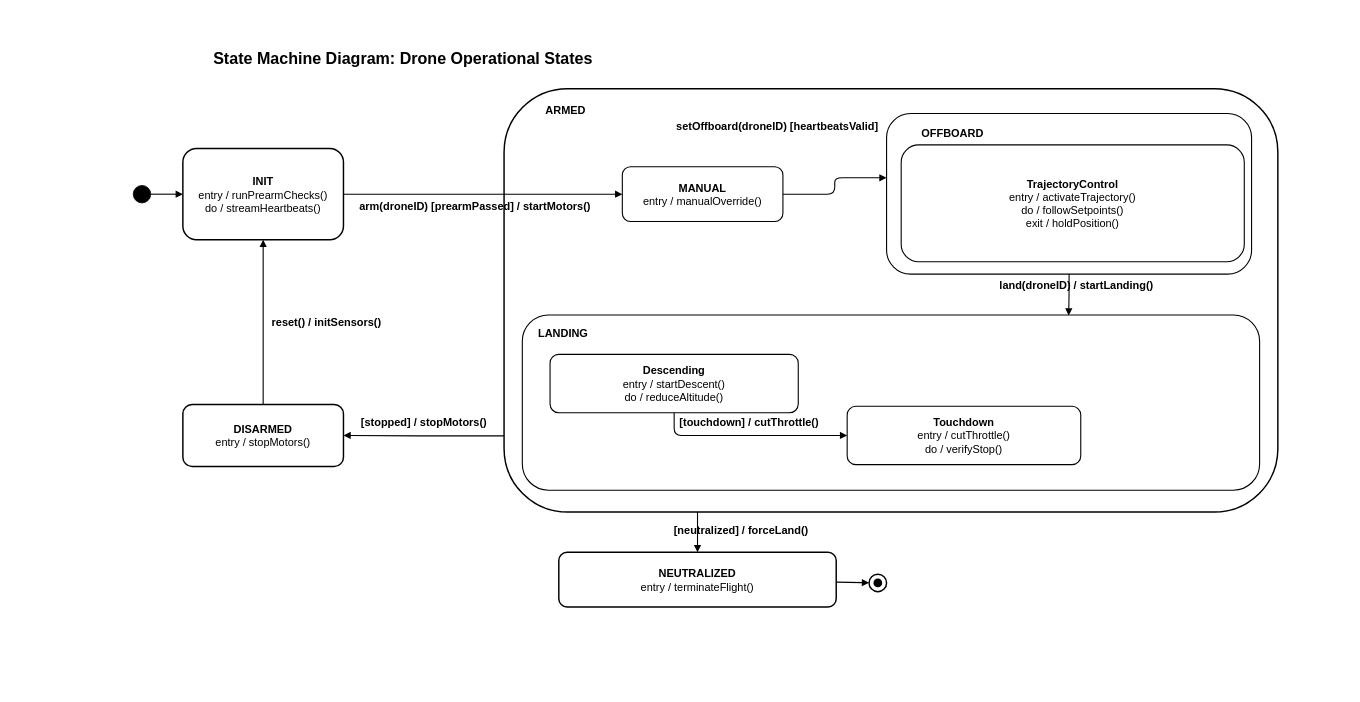
Before: 18_state_drone.drawio in sjd-1214/diagrams, a draw.io diagram. Source tidied: cells renumbered, new cells numbered last; positions are measured from the earlier drawing's top-left corner, leaving out a move shared by most shapes. Both pictures are drawn from the tidied source at 73%, with x=0, y=0 at pixel (133, 45).
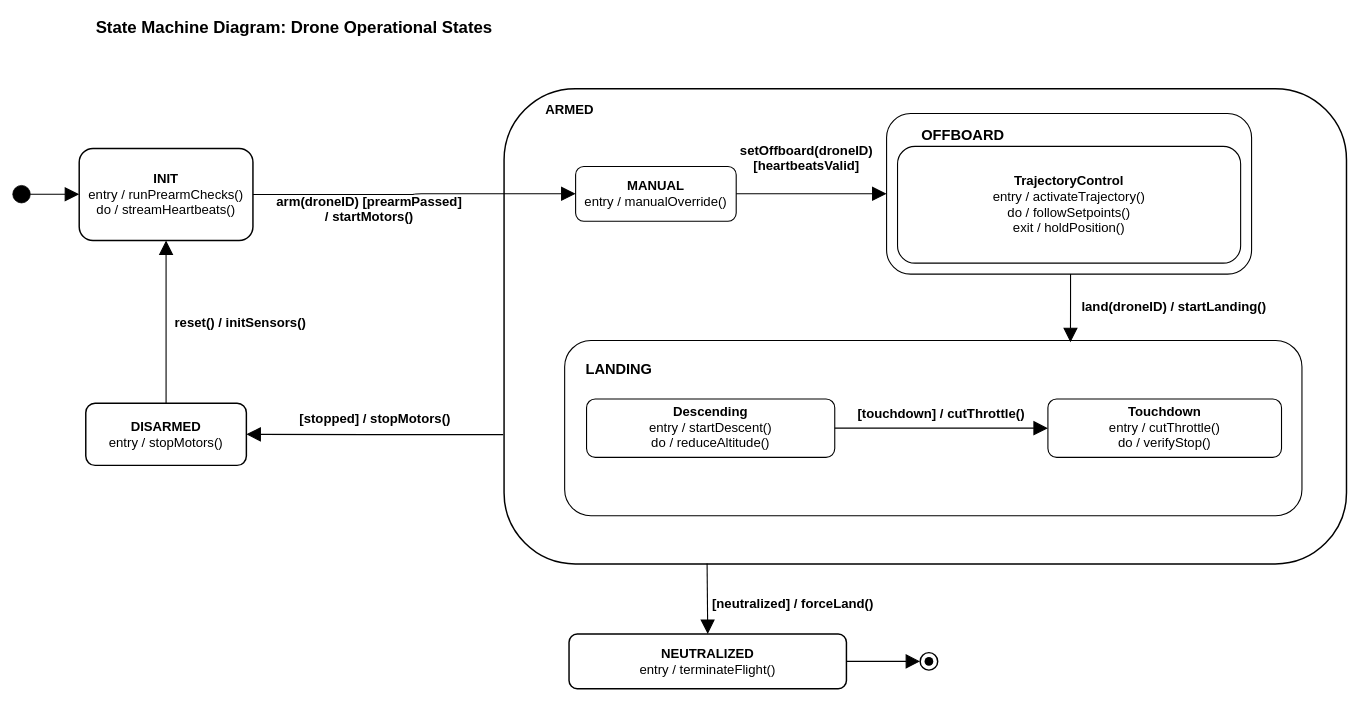
After the change.

What changed in the source:
```diff
@@
     <mxCell id="2" style="rounded=1;whiteSpace=wrap;html=1;fillColor=none;strokeColor=#000000;strokeWidth=2;align=left;spacingLeft=15;verticalAlign=top;spacingTop=10;fontSize=15;fontFamily=Helvetica;fontColor=#000000;" parent="1" vertex="1">
-      <mxGeometry x="508" y="60" width="1060" height="580" as="geometry" />
+      <mxGeometry x="508" y="60" width="1154" height="651" as="geometry" />
     </mxCell>
-    <mxCell id="3" value="&lt;b&gt;State Machine Diagram: Drone Operational States&lt;/b&gt;" style="text;html=1;fontFamily=Helvetica;fontColor=#000000;fontSize=22;fontStyle=1;fillColor=none;" parent="1" vertex="1">
-      <mxGeometry x="108" width="1100" height="35" as="geometry" />
+    <mxCell id="3" value="&lt;b&gt;&lt;font style=&quot;font-size: 23px;&quot;&gt;State Machine Diagram: Drone Operational States&lt;/font&gt;&lt;/b&gt;" style="text;html=1;fontFamily=Helvetica;fontColor=#000000;fontSize=18;fontStyle=1;fillColor=none;" parent="1" vertex="1">
+      <mxGeometry x="-53" y="-44" width="1100" height="35" as="geometry" />
     </mxCell>
-    <mxCell id="4" style="ellipse;fillColor=#000000;strokeColor=#000000;" parent="1" vertex="1">
-      <mxGeometry y="192.5" width="24" height="24" as="geometry" />
+    <mxCell id="4" style="ellipse;fillColor=#000000;strokeColor=#000000;fontSize=18;" parent="1" vertex="1">
+      <mxGeometry x="-165" y="192.5" width="24" height="24" as="geometry" />
     </mxCell>
-    <mxCell id="5" value="&lt;b&gt;INIT&lt;/b&gt;&lt;br&gt;entry / runPrearmChecks()&lt;br&gt;do / streamHeartbeats()" style="rounded=1;whiteSpace=wrap;html=1;fillColor=none;strokeColor=#000000;strokeWidth=2;fontSize=15;fontFamily=Helvetica;fontColor=#000000;align=center;" parent="1" vertex="1">
-      <mxGeometry x="68" y="142" width="220" height="125" as="geometry" />
+    <mxCell id="5" value="&lt;b&gt;INIT&lt;/b&gt;&lt;br&gt;entry / runPrearmChecks()&lt;br&gt;do / streamHeartbeats()" style="rounded=1;whiteSpace=wrap;html=1;fillColor=none;strokeColor=#000000;strokeWidth=2;fontSize=18;fontFamily=Helvetica;fontColor=#000000;align=center;" parent="1" vertex="1">
+      <mxGeometry x="-74" y="142" width="238" height="126" as="geometry" />
     </mxCell>
-    <mxCell id="6" value="&lt;b&gt;ARMED&lt;/b&gt;" style="text;html=1;fontSize=15;fontFamily=Helvetica;fontStyle=1;fontColor=#000000;align=left;verticalAlign=middle;fillColor=none;" parent="1" vertex="1">
+    <mxCell id="6" value="&lt;b&gt;ARMED&lt;/b&gt;" style="text;html=1;fontSize=18;fontFamily=Helvetica;fontStyle=1;fontColor=#000000;align=left;verticalAlign=middle;fillColor=none;" parent="1" vertex="1">
       <mxGeometry x="563" y="75" width="120" height="28" as="geometry" />
     </mxCell>
-    <mxCell id="7" value="&lt;b&gt;MANUAL&lt;/b&gt;&lt;br&gt;entry / manualOverride()" style="rounded=1;whiteSpace=wrap;html=1;fillColor=none;strokeColor=#000000;strokeWidth=1.5;fontSize=15;fontFamily=Helvetica;fontColor=#000000;align=center;" parent="1" vertex="1">
-      <mxGeometry x="670" y="167" width="220" height="75" as="geometry" />
+    <mxCell id="7" value="&lt;b&gt;MANUAL&lt;/b&gt;&lt;br&gt;entry / manualOverride()" style="rounded=1;whiteSpace=wrap;html=1;fillColor=none;strokeColor=#000000;strokeWidth=1.5;fontSize=18;fontFamily=Helvetica;fontColor=#000000;align=center;" parent="1" vertex="1">
+      <mxGeometry x="606" y="166.5" width="220" height="75" as="geometry" />
     </mxCell>
-    <mxCell id="8" style="rounded=1;whiteSpace=wrap;html=1;fillColor=none;strokeColor=#000000;strokeWidth=1.5;" parent="1" vertex="1">
+    <mxCell id="8" style="rounded=1;whiteSpace=wrap;html=1;fillColor=none;strokeColor=#000000;strokeWidth=1.5;fontSize=18;" parent="1" vertex="1">
       <mxGeometry x="1032" y="94" width="500" height="220" as="geometry" />
     </mxCell>
-    <mxCell id="9" value="&lt;b&gt;OFFBOARD&lt;/b&gt;" style="text;html=1;fontSize=15;fontFamily=Helvetica;fontColor=#000000;fillColor=none;" parent="1" vertex="1">
+    <mxCell id="9" value="&lt;b&gt;&lt;font style=&quot;font-size: 20px;&quot;&gt;OFFBOARD&lt;/font&gt;&lt;/b&gt;" style="text;html=1;fontSize=18;fontFamily=Helvetica;fontColor=#000000;fillColor=none;" parent="1" vertex="1">
       <mxGeometry x="1078" y="105" width="180" height="25" as="geometry" />
     </mxCell>
-    <mxCell id="10" value="&lt;b&gt;TrajectoryControl&lt;/b&gt;&lt;br&gt;entry / activateTrajectory()&lt;br&gt;do / followSetpoints()&lt;br&gt;exit / holdPosition()" style="rounded=1;whiteSpace=wrap;html=1;fillColor=none;strokeColor=#000000;strokeWidth=1.5;fontSize=15;fontFamily=Helvetica;fontColor=#000000;align=center;" parent="1" vertex="1">
-      <mxGeometry x="1052" y="137" width="470" height="160" as="geometry" />
+    <mxCell id="10" value="&lt;b&gt;TrajectoryControl&lt;/b&gt;&lt;br&gt;entry / activateTrajectory()&lt;br&gt;do / followSetpoints()&lt;br&gt;exit / holdPosition()" style="rounded=1;whiteSpace=wrap;html=1;fillColor=none;strokeColor=#000000;strokeWidth=1.5;fontSize=18;fontFamily=Helvetica;fontColor=#000000;align=center;" parent="1" vertex="1">
+      <mxGeometry x="1047" y="139" width="470" height="160" as="geometry" />
     </mxCell>
-    <mxCell id="11" style="rounded=1;whiteSpace=wrap;html=1;fillColor=none;strokeColor=#000000;strokeWidth=1.5;" parent="1" vertex="1">
-      <mxGeometry x="533" y="370" width="1010" height="240" as="geometry" />
+    <mxCell id="11" style="rounded=1;whiteSpace=wrap;html=1;fillColor=none;strokeColor=#000000;strokeWidth=1.5;fontSize=18;" parent="1" vertex="1">
+      <mxGeometry x="591" y="405" width="1010" height="240" as="geometry" />
     </mxCell>
-    <mxCell id="12" value="&lt;b&gt;LANDING&lt;/b&gt;" style="text;html=1;fontSize=15;fontFamily=Helvetica;fontColor=#000000;fillColor=none;" parent="1" vertex="1">
-      <mxGeometry x="553" y="380" width="180" height="25" as="geometry" />
+    <mxCell id="12" value="&lt;b&gt;&lt;font style=&quot;font-size: 20px;&quot;&gt;LANDING&lt;/font&gt;&lt;/b&gt;" style="text;html=1;fontSize=18;fontFamily=Helvetica;fontColor=#000000;fillColor=none;" parent="1" vertex="1">
+      <mxGeometry x="618" y="425" width="180" height="25" as="geometry" />
     </mxCell>
-    <mxCell id="13" value="&lt;b&gt;Descending&lt;/b&gt;&lt;br&gt;entry / startDescent()&lt;br&gt;do / reduceAltitude()" style="rounded=1;whiteSpace=wrap;html=1;fillColor=none;strokeColor=#000000;strokeWidth=1.5;fontSize=15;fontFamily=Helvetica;fontColor=#000000;align=center;" parent="1" vertex="1">
-      <mxGeometry x="571" y="424" width="340" height="80" as="geometry" />
+    <mxCell id="13" value="&lt;b&gt;Descending&lt;/b&gt;&lt;br&gt;entry / startDescent()&lt;br&gt;do / reduceAltitude()" style="rounded=1;whiteSpace=wrap;html=1;fillColor=none;strokeColor=#000000;strokeWidth=1.5;fontSize=18;fontFamily=Helvetica;fontColor=#000000;align=center;" parent="1" vertex="1">
+      <mxGeometry x="621" y="485" width="340" height="80" as="geometry" />
     </mxCell>
-    <mxCell id="14" value="&lt;b&gt;Touchdown&lt;/b&gt;&lt;br&gt;entry / cutThrottle()&lt;br&gt;do / verifyStop()" style="rounded=1;whiteSpace=wrap;html=1;fillColor=none;strokeColor=#000000;strokeWidth=1.5;fontSize=15;fontFamily=Helvetica;fontColor=#000000;align=center;" parent="1" vertex="1">
-      <mxGeometry x="978" y="495" width="320" height="80" as="geometry" />
+    <mxCell id="14" value="&lt;b&gt;Touchdown&lt;/b&gt;&lt;br&gt;entry / cutThrottle()&lt;br&gt;do / verifyStop()" style="rounded=1;whiteSpace=wrap;html=1;fillColor=none;strokeColor=#000000;strokeWidth=1.5;fontSize=18;fontFamily=Helvetica;fontColor=#000000;align=center;" parent="1" vertex="1">
+      <mxGeometry x="1253" y="485" width="320" height="80" as="geometry" />
     </mxCell>
-    <mxCell id="15" value="&lt;b&gt;DISARMED&lt;/b&gt;&lt;br&gt;entry / stopMotors()" style="rounded=1;whiteSpace=wrap;html=1;fillColor=none;strokeColor=#000000;strokeWidth=2;fontSize=15;fontFamily=Helvetica;fontColor=#000000;align=center;" parent="1" vertex="1">
-      <mxGeometry x="68" y="492.5" width="220" height="85" as="geometry" />
+    <mxCell id="15" value="&lt;b&gt;DISARMED&lt;/b&gt;&lt;br&gt;entry / stopMotors()" style="rounded=1;whiteSpace=wrap;html=1;fillColor=none;strokeColor=#000000;strokeWidth=2;fontSize=18;fontFamily=Helvetica;fontColor=#000000;align=center;" parent="1" vertex="1">
+      <mxGeometry x="-65" y="491" width="220" height="85" as="geometry" />
     </mxCell>
-    <mxCell id="16" value="&lt;b&gt;NEUTRALIZED&lt;/b&gt;&lt;br&gt;entry / terminateFlight()" style="rounded=1;whiteSpace=wrap;html=1;fillColor=none;strokeColor=#000000;strokeWidth=2;fontSize=15;fontFamily=Helvetica;fontColor=#000000;align=center;" parent="1" vertex="1">
-      <mxGeometry x="583" y="695" width="380" height="75" as="geometry" />
+    <mxCell id="16" value="&lt;b&gt;NEUTRALIZED&lt;/b&gt;&lt;br&gt;entry / terminateFlight()" style="rounded=1;whiteSpace=wrap;html=1;fillColor=none;strokeColor=#000000;strokeWidth=2;fontSize=18;fontFamily=Helvetica;fontColor=#000000;align=center;" parent="1" vertex="1">
+      <mxGeometry x="597" y="807" width="380" height="75" as="geometry" />
     </mxCell>
-    <mxCell id="17" style="shape=ellipse;strokeWidth=2;fillColor=none;strokeColor=#000000;" parent="1" vertex="1">
-      <mxGeometry x="1008" y="725" width="24" height="24" as="geometry" />
+    <mxCell id="17" style="shape=ellipse;strokeWidth=2;fillColor=none;strokeColor=#000000;fontSize=18;" parent="1" vertex="1">
+      <mxGeometry x="1078" y="832.5" width="24" height="24" as="geometry" />
     </mxCell>
-    <mxCell id="18" style="shape=ellipse;fillColor=#000000;strokeColor=none;" parent="1" vertex="1">
-      <mxGeometry x="1014" y="731" width="12" height="12" as="geometry" />
+    <mxCell id="18" style="shape=ellipse;fillColor=#000000;strokeColor=none;fontSize=18;" parent="1" vertex="1">
+      <mxGeometry x="1084" y="838.5" width="12" height="12" as="geometry" />
     </mxCell>
-    <mxCell id="19" style="endArrow=block;strokeColor=#000000;strokeWidth=1.5;labelBackgroundColor=none;" parent="1" edge="1" source="4" target="5">
+    <mxCell id="19" style="endArrow=block;strokeColor=#000000;strokeWidth=1.5;labelBackgroundColor=none;fontSize=18;endSize=16;" parent="1" edge="1" source="4" target="5">
       <mxGeometry relative="1" as="geometry" />
     </mxCell>
-    <mxCell id="20" value="arm(droneID) [prearmPassed] / startMotors()" style="edgeStyle=orthogonalEdgeStyle;rounded=1;html=1;endArrow=block;strokeColor=#000000;fontSize=15;fontFamily=Helvetica;fontColor=#000000;strokeWidth=1.5;exitX=1;exitY=0.5;entryX=0;entryY=0.5;verticalAlign=bottom;labelBackgroundColor=none;spacingBottom=8;spacingLeft=10;spacingRight=10;fontStyle=1;" parent="1" edge="1" source="5" target="7">
-      <mxGeometry x="-0.06" y="-34" relative="1" as="geometry">
-        <mxPoint y="1" as="offset" />
-      </mxGeometry>
+    <mxCell id="20" value="arm(droneID) [prearmPassed] &lt;br&gt;/ startMotors()" style="edgeStyle=orthogonalEdgeStyle;rounded=1;html=1;endArrow=block;strokeColor=#000000;fontSize=18;fontFamily=Helvetica;fontColor=#000000;strokeWidth=1.5;exitX=1;exitY=0.5;entryX=0;entryY=0.5;verticalAlign=bottom;labelBackgroundColor=none;spacingBottom=8;spacingLeft=10;spacingRight=10;fontStyle=1;endSize=16;" parent="1" edge="1" source="5" target="7">
+      <mxGeometry x="-0.28" y="-53" relative="1" as="geometry" />
     </mxCell>
-    <mxCell id="21" value="setOffboard(droneID) [heartbeatsValid]" style="edgeStyle=orthogonalEdgeStyle;rounded=1;html=1;endArrow=block;strokeColor=#000000;fontSize=15;fontFamily=Helvetica;fontColor=#000000;strokeWidth=1.5;exitX=1;exitY=0.5;entryX=0;entryY=0.4;verticalAlign=bottom;labelBackgroundColor=none;spacingBottom=8;spacingLeft=10;spacingRight=10;fontStyle=1;" parent="1" edge="1" source="7" target="8">
-      <mxGeometry x="-1" y="74" relative="1" as="geometry">
-        <mxPoint x="-8" as="offset" />
-      </mxGeometry>
+    <mxCell id="21" value="setOffboard(droneID) &lt;br&gt;[heartbeatsValid]" style="edgeStyle=orthogonalEdgeStyle;rounded=1;html=1;endArrow=block;strokeColor=#000000;fontSize=18;fontFamily=Helvetica;fontColor=#000000;strokeWidth=1.5;exitX=1;exitY=0.5;entryX=0;entryY=0.5;verticalAlign=bottom;labelBackgroundColor=none;spacingBottom=8;spacingLeft=10;spacingRight=10;fontStyle=1;entryDx=0;entryDy=0;endSize=16;" parent="1" edge="1" source="7" target="8">
+      <mxGeometry x="-0.07" y="16" relative="1" as="geometry" />
     </mxCell>
-    <mxCell id="22" value="land(droneID) / startLanding()" style="edgeStyle=orthogonalEdgeStyle;rounded=1;endArrow=block;strokeColor=#000000;strokeWidth=1.5;fontSize=15;fontFamily=Helvetica;fontColor=#000000;exitX=0.5;exitY=1;entryX=0.741;entryY=0.003;labelBackgroundColor=none;verticalAlign=bottom;spacingBottom=8;spacingLeft=10;spacingRight=10;fontStyle=1;entryDx=0;entryDy=0;entryPerimeter=0;" parent="1" edge="1" source="8" target="11">
-      <mxGeometry x="0.19" y="11" relative="1" as="geometry" />
+    <mxCell id="22" value="land(droneID) / startLanding()" style="edgeStyle=orthogonalEdgeStyle;rounded=1;endArrow=block;strokeColor=#000000;strokeWidth=1.5;fontSize=18;fontFamily=Helvetica;fontColor=#000000;exitX=0.504;exitY=1;entryX=0.686;entryY=0.01;labelBackgroundColor=none;verticalAlign=bottom;spacingBottom=8;spacingLeft=10;spacingRight=10;fontStyle=1;entryDx=0;entryDy=0;entryPerimeter=0;exitDx=0;exitDy=0;exitPerimeter=0;endSize=16;" parent="1" edge="1" source="8" target="11">
+      <mxGeometry x="0.36" y="142" relative="1" as="geometry" />
     </mxCell>
-    <mxCell id="23" value="[touchdown] / cutThrottle()" style="edgeStyle=orthogonalEdgeStyle;rounded=1;endArrow=block;strokeColor=#000000;strokeWidth=1.5;fontSize=15;fontFamily=Helvetica;fontColor=#000000;exitX=0.5;exitY=1;entryX=0;entryY=0.5;labelBackgroundColor=none;verticalAlign=bottom;spacingBottom=8;spacingLeft=10;spacingRight=10;fontStyle=1;" parent="1" edge="1" source="13" target="14">
+    <mxCell id="23" value="[touchdown] / cutThrottle()" style="edgeStyle=orthogonalEdgeStyle;rounded=1;endArrow=block;strokeColor=#000000;strokeWidth=1.5;fontSize=18;fontFamily=Helvetica;fontColor=#000000;exitX=1;exitY=0.5;entryX=0;entryY=0.5;labelBackgroundColor=none;verticalAlign=bottom;spacingBottom=8;spacingLeft=10;spacingRight=10;fontStyle=1;exitDx=0;exitDy=0;endSize=16;" parent="1" edge="1" source="13" target="14">
       <mxGeometry relative="1" as="geometry" />
     </mxCell>
-    <mxCell id="24" value="[stopped] / stopMotors()" style="edgeStyle=orthogonalEdgeStyle;rounded=1;html=1;endArrow=block;strokeColor=#000000;strokeWidth=1.5;fontSize=15;fontFamily=Helvetica;fontColor=#000000;exitX=0;exitY=0.82;entryX=1;entryY=0.5;verticalAlign=bottom;labelBackgroundColor=none;spacingBottom=8;spacingLeft=10;spacingRight=10;fontStyle=1;" parent="1" edge="1" source="2" target="15">
+    <mxCell id="24" value="[stopped] / stopMotors()" style="edgeStyle=orthogonalEdgeStyle;rounded=1;html=1;endArrow=block;strokeColor=#000000;strokeWidth=1.5;fontSize=18;fontFamily=Helvetica;fontColor=#000000;exitX=-0.001;exitY=0.728;entryX=1;entryY=0.5;verticalAlign=bottom;labelBackgroundColor=none;spacingBottom=8;spacingLeft=10;spacingRight=10;fontStyle=1;exitDx=0;exitDy=0;exitPerimeter=0;endSize=16;" parent="1" edge="1" source="2" target="15">
       <mxGeometry relative="1" as="geometry" />
     </mxCell>
-    <mxCell id="25" value="reset() / initSensors()" style="endArrow=block;strokeColor=#000000;strokeWidth=1.5;fontSize=15;fontFamily=Helvetica;fontColor=#000000;exitX=0.5;exitY=0;entryX=0.5;entryY=1;labelBackgroundColor=none;align=left;labelPosition=right;spacingLeft=10;verticalAlign=middle;fontStyle=1;" parent="1" edge="1" source="15" target="5">
+    <mxCell id="25" value="reset() / initSensors()" style="endArrow=block;strokeColor=#000000;strokeWidth=1.5;fontSize=18;fontFamily=Helvetica;fontColor=#000000;exitX=0.5;exitY=0;entryX=0.5;entryY=1;labelBackgroundColor=none;align=left;labelPosition=right;spacingLeft=10;verticalAlign=middle;fontStyle=1;endSize=16;" parent="1" edge="1" source="15" target="5">
       <mxGeometry relative="1" as="geometry" />
     </mxCell>
-    <mxCell id="26" value="[neutralized] / forceLand()" style="endArrow=block;strokeColor=#000000;strokeWidth=1.5;fontSize=15;fontFamily=Helvetica;fontColor=#000000;exitX=0.25;exitY=1;entryX=0.5;entryY=0;labelBackgroundColor=none;verticalAlign=bottom;spacingBottom=8;spacingLeft=10;spacingRight=10;fontStyle=1;" parent="1" edge="1" source="2" target="16">
-      <mxGeometry x="0.61" y="60" relative="1" as="geometry" />
+    <mxCell id="26" value="[neutralized] / forceLand()" style="endArrow=block;strokeColor=#000000;strokeWidth=1.5;fontSize=18;fontFamily=Helvetica;fontColor=#000000;exitX=0.241;exitY=0.999;entryX=0.5;entryY=0;labelBackgroundColor=none;verticalAlign=bottom;spacingBottom=8;spacingLeft=10;spacingRight=10;fontStyle=1;exitDx=0;exitDy=0;exitPerimeter=0;endSize=16;" parent="1" edge="1" source="2" target="16">
+      <mxGeometry x="0.57" y="117" relative="1" as="geometry" />
     </mxCell>
-    <mxCell id="27" style="endArrow=block;strokeColor=#000000;strokeWidth=1.5;labelBackgroundColor=none;" parent="1" edge="1" source="16" target="17">
+    <mxCell id="27" style="endArrow=block;strokeColor=#000000;strokeWidth=1.5;labelBackgroundColor=none;fontSize=18;exitX=1;exitY=0.5;exitDx=0;exitDy=0;endSize=16;" parent="1" edge="1" source="16" target="17">
       <mxGeometry relative="1" as="geometry" />
     </mxCell>
```
